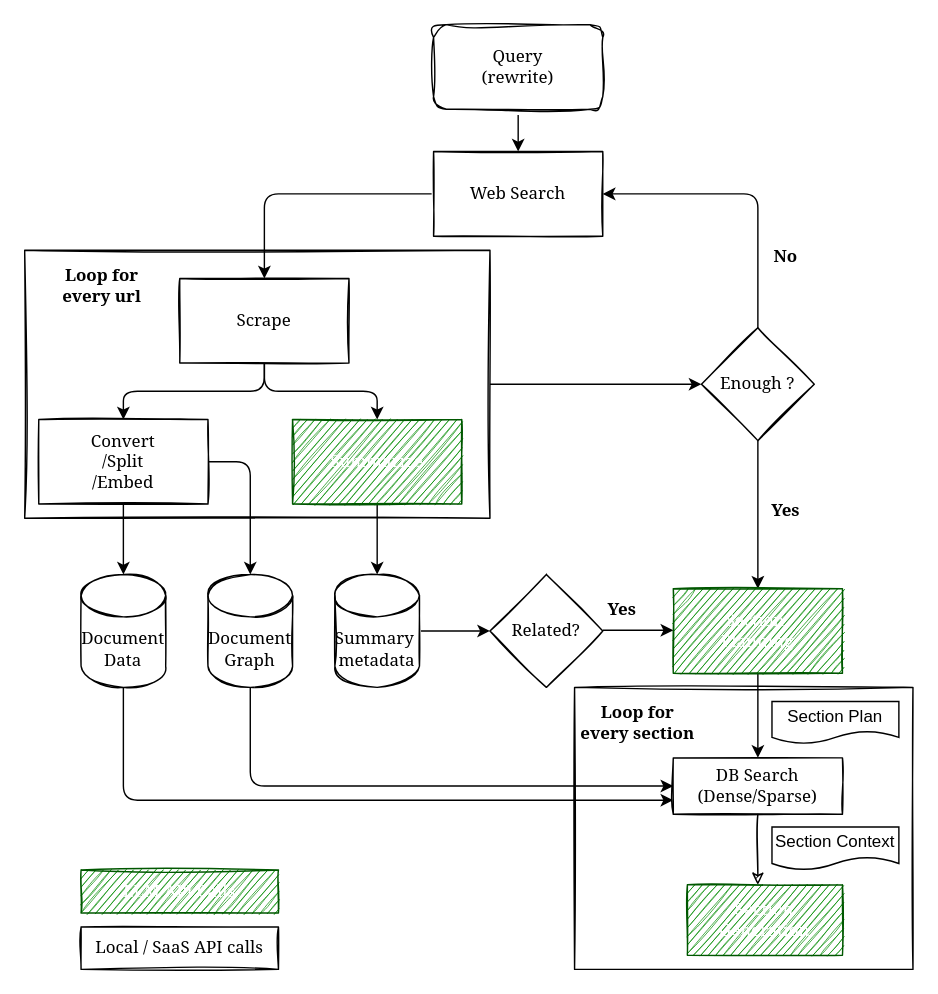
Above: docs/assets/process-digest.drawio in leettools-dev/leettools (draw.io), before the change. Source tidied: cells renumbered, new cells numbered last; positions are measured from the earlier drawing's top-left corner, leaving out a move shared by most shapes. Both pictures are drawn from the tidied source at 141%, with x=0, y=0 at pixel (24, 24).
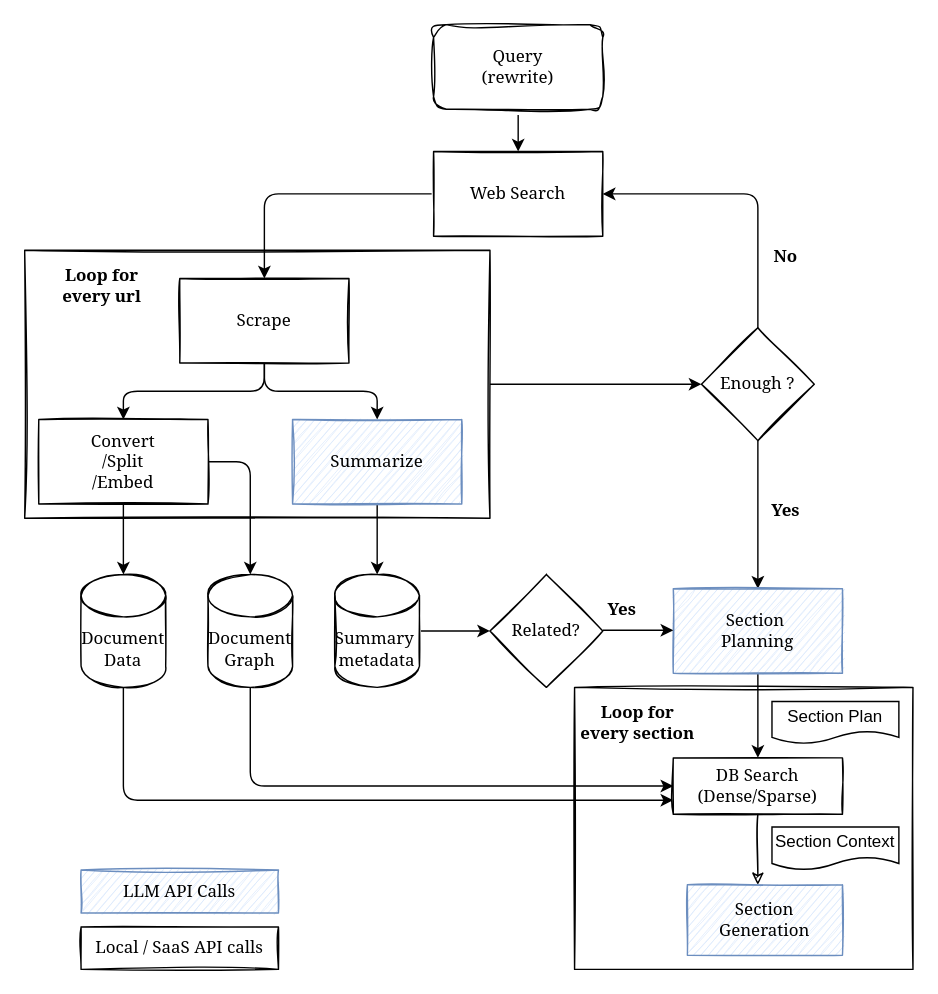
The same diagram, later.

The edit, as a diff of the source:
```diff
@@
-    <mxCell id="16" value="Summarize" style="rounded=0;whiteSpace=wrap;html=1;sketch=1;fontFamily=Georgia;fillStyle=auto;fillColor=#008a00;fontColor=#ffffff;strokeColor=#005700;" parent="1" vertex="1">
+    <mxCell id="16" value="Summarize" style="rounded=0;whiteSpace=wrap;html=1;sketch=1;fontFamily=Georgia;fillStyle=auto;fillColor=#dae8fc;strokeColor=#6c8ebf;gradientColor=none;" parent="1" vertex="1">
       <mxGeometry x="190" y="280" width="120" height="60" as="geometry" />
     </mxCell>
@@
-    <mxCell id="28" value="Section&lt;br&gt;Generation" style="rounded=0;whiteSpace=wrap;html=1;sketch=1;fontFamily=Georgia;fillColor=#008a00;strokeColor=#005700;fontColor=#ffffff;" parent="1" vertex="1">
+    <mxCell id="28" value="Section&lt;br&gt;Generation" style="rounded=0;whiteSpace=wrap;html=1;sketch=1;fontFamily=Georgia;fillColor=#dae8fc;strokeColor=#6c8ebf;gradientColor=none;" parent="1" vertex="1">
       <mxGeometry x="470" y="610" width="110" height="50" as="geometry" />
     </mxCell>
@@
-    <mxCell id="30" value="Section&amp;nbsp;&lt;br&gt;Planning" style="rounded=0;whiteSpace=wrap;html=1;sketch=1;fontFamily=Georgia;fillColor=#008a00;strokeColor=#005700;fontColor=#ffffff;" parent="1" vertex="1">
+    <mxCell id="30" value="Section&amp;nbsp;&lt;br&gt;Planning" style="rounded=0;whiteSpace=wrap;html=1;sketch=1;fontFamily=Georgia;fillColor=#dae8fc;strokeColor=#6c8ebf;gradientColor=none;" parent="1" vertex="1">
       <mxGeometry x="460" y="400" width="120" height="60" as="geometry" />
     </mxCell>
@@
-    <mxCell id="36" value="LLM API Calls" style="rounded=0;whiteSpace=wrap;html=1;sketch=1;fontFamily=Georgia;fillColor=#008a00;strokeColor=#005700;fontColor=#ffffff;" parent="1" vertex="1">
+    <mxCell id="36" value="LLM API Calls" style="rounded=0;whiteSpace=wrap;html=1;sketch=1;fontFamily=Georgia;fillColor=#dae8fc;strokeColor=#6c8ebf;gradientColor=none;" parent="1" vertex="1">
       <mxGeometry x="40" y="599.5" width="140" height="30.5" as="geometry" />
     </mxCell>
```
